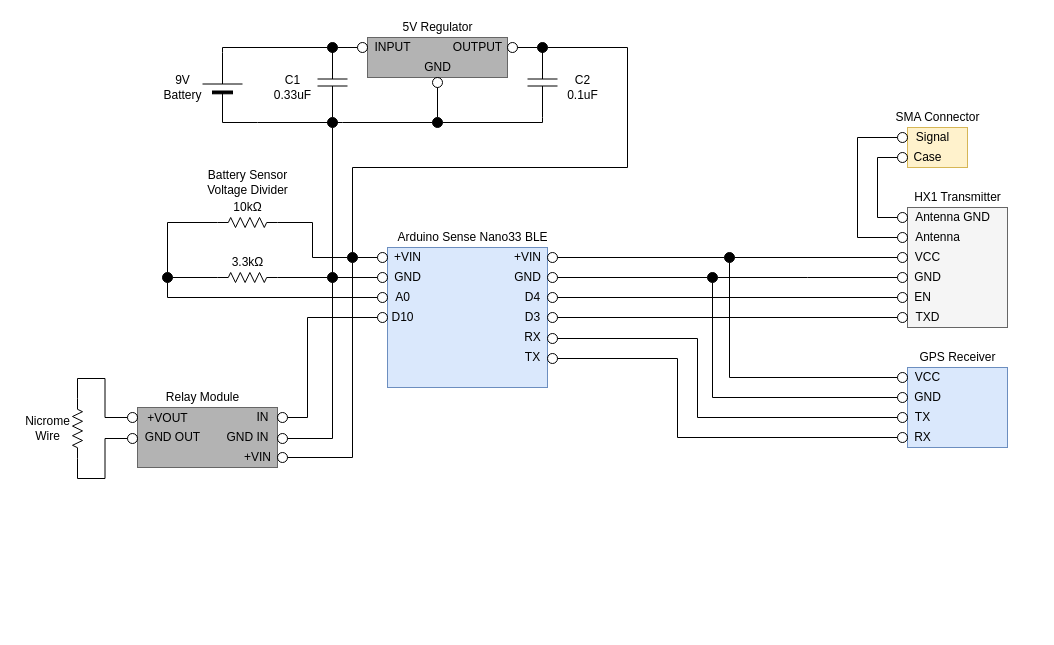
Earlier version of the draw.io diagram page "Arduino Pinout Diagram" (1 of 2) of diagrams/electrical_block_diagram.drawio (GAVLab/ros-hab-dcs). Source tidied: cells renumbered, new cells numbered last; positions are measured from the earlier drawing's top-left corner, leaving out a move shared by most shapes. Both pictures are drawn from the tidied source at 100%, with x=0, y=0 at pixel (17, 17).
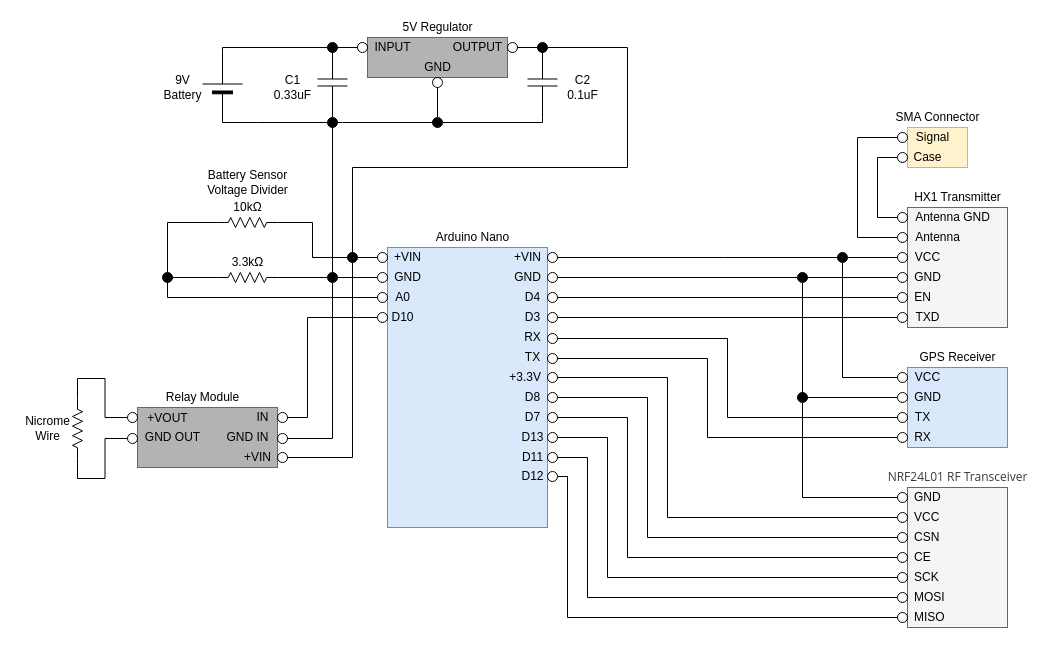
The same diagram, later.

The change refers to these unchanged cells:
```xml
<mxCell id="74" style="ellipse;whiteSpace=wrap;html=1;fillColor=none;" parent="1" vertex="1">
  <mxGeometry x="880" y="355" width="10" height="10" as="geometry" />
</mxCell>
<mxCell id="75" style="ellipse;whiteSpace=wrap;html=1;fillColor=none;" parent="1" vertex="1">
  <mxGeometry x="880" y="375" width="10" height="10" as="geometry" />
</mxCell>
<mxCell id="76" style="ellipse;whiteSpace=wrap;html=1;fillColor=none;" parent="1" vertex="1">
  <mxGeometry x="880" y="395" width="10" height="10" as="geometry" />
</mxCell>
<mxCell id="77" style="ellipse;whiteSpace=wrap;html=1;fillColor=none;" parent="1" vertex="1">
  <mxGeometry x="880" y="415" width="10" height="10" as="geometry" />
</mxCell>
<mxCell id="88" style="ellipse;whiteSpace=wrap;html=1;fillColor=none;" parent="1" vertex="1">
  <mxGeometry x="530" y="316" width="10" height="10" as="geometry" />
</mxCell>
<mxCell id="90" style="ellipse;whiteSpace=wrap;html=1;fillColor=none;" parent="1" vertex="1">
  <mxGeometry x="530" y="336" width="10" height="10" as="geometry" />
</mxCell>
```

Diff of the diagram source:
```diff
@@
     <mxCell id="2" style="whiteSpace=wrap;html=1;fillColor=#dae8fc;strokeColor=#6c8ebf;" parent="1" vertex="1">
-      <mxGeometry x="370" y="230" width="160" height="140" as="geometry" />
+      <mxGeometry x="370" y="230" width="160" height="280" as="geometry" />
     </mxCell>
-    <mxCell id="3" value="Arduino Sense Nano33 BLE" style="text;html=1;align=center;verticalAlign=middle;" parent="1" vertex="1">
-      <mxGeometry x="370" y="210" width="170" height="20" as="geometry" />
+    <mxCell id="3" value="Arduino Nano" style="text;html=1;align=center;verticalAlign=middle;" parent="1" vertex="1">
+      <mxGeometry x="410" y="210" width="90" height="20" as="geometry" />
     </mxCell>
@@
-    <mxCell id="79" style="edgeStyle=orthogonalEdgeStyle;rounded=0;sketch=0;jettySize=auto;html=1;exitX=0.5;exitY=1;exitDx=0;exitDy=0;entryX=0;entryY=0.5;entryDx=0;entryDy=0;endArrow=none;endFill=0;strokeColor=#000000;" parent="1" edge="1" source="80" target="74">
+    <mxCell id="79" style="edgeStyle=orthogonalEdgeStyle;rounded=0;jettySize=auto;html=1;exitX=0.5;exitY=1;exitDx=0;exitDy=0;entryX=0;entryY=0.5;entryDx=0;entryDy=0;endArrow=none;endFill=0;" parent="1" edge="1" source="80" target="74">
       <mxGeometry relative="1" as="geometry" />
     </mxCell>
     <mxCell id="80" style="ellipse;whiteSpace=wrap;html=1;fillColor=#000000;" parent="1" vertex="1">
-      <mxGeometry x="707" y="235" width="10" height="10" as="geometry" />
+      <mxGeometry x="820" y="235" width="10" height="10" as="geometry" />
     </mxCell>
@@
-    <mxCell id="82" style="edgeStyle=orthogonalEdgeStyle;rounded=0;sketch=0;jettySize=auto;html=1;exitX=0.5;exitY=1;exitDx=0;exitDy=0;entryX=0;entryY=0.5;entryDx=0;entryDy=0;endArrow=none;endFill=0;strokeColor=#000000;" parent="1" edge="1" source="83" target="75">
-      <mxGeometry relative="1" as="geometry" />
+    <mxCell id="82" style="edgeStyle=orthogonalEdgeStyle;rounded=0;sketch=0;jettySize=auto;html=1;exitX=0.5;exitY=1;exitDx=0;exitDy=0;entryX=0;entryY=0.5;entryDx=0;entryDy=0;endArrow=none;endFill=0;strokeColor=#000000;" parent="1" edge="1" source="146" target="75">
+      <mxGeometry relative="1" as="geometry">
+        <Array as="points">
+          <mxPoint x="785" y="380" />
+        </Array>
+      </mxGeometry>
     </mxCell>
     <mxCell id="83" style="ellipse;whiteSpace=wrap;html=1;fillColor=#000000;" parent="1" vertex="1">
-      <mxGeometry x="690" y="255" width="10" height="10" as="geometry" />
+      <mxGeometry x="780" y="255" width="10" height="10" as="geometry" />
     </mxCell>
@@
     <mxCell id="87" style="edgeStyle=orthogonalEdgeStyle;rounded=0;sketch=0;jettySize=auto;html=1;exitX=1;exitY=0.5;exitDx=0;exitDy=0;entryX=0;entryY=0.5;entryDx=0;entryDy=0;endArrow=none;endFill=0;strokeColor=#000000;" parent="1" edge="1" source="88" target="76">
       <mxGeometry relative="1" as="geometry">
         <Array as="points">
-          <mxPoint x="680" y="321" />
-          <mxPoint x="680" y="400" />
+          <mxPoint x="710" y="321" />
+          <mxPoint x="710" y="400" />
         </Array>
       </mxGeometry>
     </mxCell>
@@
     <mxCell id="89" style="edgeStyle=orthogonalEdgeStyle;rounded=0;sketch=0;jettySize=auto;html=1;exitX=1;exitY=0.5;exitDx=0;exitDy=0;entryX=0;entryY=0.5;entryDx=0;entryDy=0;endArrow=none;endFill=0;strokeColor=#000000;" parent="1" edge="1" source="90" target="77">
       <mxGeometry relative="1" as="geometry">
         <Array as="points">
-          <mxPoint x="660" y="341" />
-          <mxPoint x="660" y="420" />
+          <mxPoint x="690" y="341" />
+          <mxPoint x="690" y="420" />
         </Array>
       </mxGeometry>
     </mxCell>
@@
+    <mxCell id="130" style="whiteSpace=wrap;html=1;fillColor=#f5f5f5;strokeColor=#666666;fontColor=#333333;" parent="1" vertex="1">
+      <mxGeometry x="890" y="470" width="100" height="140" as="geometry" />
+    </mxCell>
+    <mxCell id="131" value="GND" style="text;html=1;align=left;verticalAlign=middle;" parent="1" vertex="1">
+      <mxGeometry x="895" y="470" width="40" height="20" as="geometry" />
+    </mxCell>
+    <mxCell id="132" value="VCC" style="text;html=1;align=left;verticalAlign=middle;" parent="1" vertex="1">
+      <mxGeometry x="895" y="490" width="40" height="20" as="geometry" />
+    </mxCell>
+    <mxCell id="133" value="CSN" style="text;html=1;align=left;verticalAlign=middle;" parent="1" vertex="1">
+      <mxGeometry x="895" y="510" width="40" height="20" as="geometry" />
+    </mxCell>
+    <mxCell id="134" value="CE" style="text;html=1;align=left;verticalAlign=middle;" parent="1" vertex="1">
+      <mxGeometry x="895" y="530" width="30" height="20" as="geometry" />
+    </mxCell>
+    <mxCell id="135" value="SCK" style="text;html=1;align=left;verticalAlign=middle;" parent="1" vertex="1">
+      <mxGeometry x="895" y="550" width="40" height="20" as="geometry" />
+    </mxCell>
+    <mxCell id="136" value="MOSI" style="text;html=1;align=left;verticalAlign=middle;" parent="1" vertex="1">
+      <mxGeometry x="895" y="570" width="50" height="20" as="geometry" />
+    </mxCell>
+    <mxCell id="137" style="ellipse;whiteSpace=wrap;html=1;fillColor=none;" parent="1" vertex="1">
+      <mxGeometry x="880" y="475" width="10" height="10" as="geometry" />
+    </mxCell>
+    <mxCell id="138" style="edgeStyle=orthogonalEdgeStyle;rounded=0;jettySize=auto;html=1;exitX=0;exitY=0.5;exitDx=0;exitDy=0;entryX=1;entryY=0.5;entryDx=0;entryDy=0;endArrow=none;endFill=0;" parent="1" edge="1" source="139" target="167">
+      <mxGeometry relative="1" as="geometry">
+        <Array as="points">
+          <mxPoint x="650" y="500" />
+          <mxPoint x="650" y="360" />
+        </Array>
+      </mxGeometry>
+    </mxCell>
+    <mxCell id="139" style="ellipse;whiteSpace=wrap;html=1;fillColor=none;" parent="1" vertex="1">
+      <mxGeometry x="880" y="495" width="10" height="10" as="geometry" />
+    </mxCell>
+    <mxCell id="140" style="ellipse;whiteSpace=wrap;html=1;fillColor=none;" parent="1" vertex="1">
+      <mxGeometry x="880" y="515" width="10" height="10" as="geometry" />
+    </mxCell>
+    <mxCell id="141" style="ellipse;whiteSpace=wrap;html=1;fillColor=none;" parent="1" vertex="1">
+      <mxGeometry x="880" y="535" width="10" height="10" as="geometry" />
+    </mxCell>
+    <mxCell id="142" style="ellipse;whiteSpace=wrap;html=1;fillColor=none;" parent="1" vertex="1">
+      <mxGeometry x="880" y="555" width="10" height="10" as="geometry" />
+    </mxCell>
+    <mxCell id="143" style="ellipse;whiteSpace=wrap;html=1;fillColor=none;" parent="1" vertex="1">
+      <mxGeometry x="880" y="575" width="10" height="10" as="geometry" />
+    </mxCell>
+    <mxCell id="144" value="&lt;p&gt;&lt;br&gt;&lt;/p&gt;" style="text;html=1;align=center;verticalAlign=middle;" parent="1" vertex="1">
+      <mxGeometry x="650" y="520" width="20" height="40" as="geometry" />
+    </mxCell>
+    <mxCell id="145" style="edgeStyle=orthogonalEdgeStyle;rounded=0;jettySize=auto;html=1;exitX=0.5;exitY=1;exitDx=0;exitDy=0;entryX=0;entryY=0.5;entryDx=0;entryDy=0;endArrow=none;endFill=0;" parent="1" edge="1" source="146" target="137">
+      <mxGeometry relative="1" as="geometry" />
+    </mxCell>
+    <mxCell id="146" style="ellipse;whiteSpace=wrap;html=1;fillColor=#000000;" parent="1" vertex="1">
+      <mxGeometry x="780" y="375" width="10" height="10" as="geometry" />
+    </mxCell>
+    <mxCell id="147" style="edgeStyle=orthogonalEdgeStyle;rounded=0;sketch=0;jettySize=auto;html=1;exitX=0.5;exitY=1;exitDx=0;exitDy=0;entryX=0;entryY=0.5;entryDx=0;entryDy=0;endArrow=none;endFill=0;strokeColor=#000000;" parent="1" edge="1" source="83" target="146">
+      <mxGeometry relative="1" as="geometry">
+        <Array as="points">
+          <mxPoint x="785" y="380" />
+        </Array>
+      </mxGeometry>
+    </mxCell>
+    <mxCell id="148" value="&lt;span style=&quot;color: rgb(58 , 58 , 58) ; font-family: &amp;#34;open sans&amp;#34; , sans-serif ; background-color: rgb(255 , 255 , 255)&quot;&gt;NRF24L01 RF Transceiver&lt;/span&gt;" style="text;html=1;align=center;verticalAlign=middle;" parent="1" vertex="1">
+      <mxGeometry x="860" y="450" width="160" height="20" as="geometry" />
+    </mxCell>
+    <mxCell id="149" value="MISO" style="text;html=1;align=left;verticalAlign=middle;" parent="1" vertex="1">
+      <mxGeometry x="895" y="590" width="50" height="20" as="geometry" />
+    </mxCell>
+    <mxCell id="150" style="ellipse;whiteSpace=wrap;html=1;fillColor=none;" parent="1" vertex="1">
+      <mxGeometry x="880" y="595" width="10" height="10" as="geometry" />
+    </mxCell>
+    <mxCell id="151" style="edgeStyle=orthogonalEdgeStyle;rounded=0;jettySize=auto;html=1;entryX=0;entryY=0.5;entryDx=0;entryDy=0;endArrow=none;endFill=0;exitX=1;exitY=0.5;exitDx=0;exitDy=0;" parent="1" edge="1" source="155" target="141">
+      <mxGeometry relative="1" as="geometry">
+        <Array as="points">
+          <mxPoint x="610" y="400" />
+          <mxPoint x="610" y="540" />
+        </Array>
+      </mxGeometry>
+    </mxCell>
+    <mxCell id="152" value="D7" style="text;html=1;align=center;verticalAlign=middle;" parent="1" vertex="1">
+      <mxGeometry x="500" y="390" width="30" height="20" as="geometry" />
+    </mxCell>
+    <mxCell id="153" style="edgeStyle=orthogonalEdgeStyle;rounded=0;jettySize=auto;html=1;entryX=0;entryY=0.5;entryDx=0;entryDy=0;endArrow=none;endFill=0;exitX=1;exitY=0.5;exitDx=0;exitDy=0;" parent="1" edge="1" source="154" target="140">
+      <mxGeometry relative="1" as="geometry">
+        <Array as="points">
+          <mxPoint x="630" y="380" />
+          <mxPoint x="630" y="520" />
+        </Array>
+      </mxGeometry>
+    </mxCell>
+    <mxCell id="154" style="ellipse;whiteSpace=wrap;html=1;fillColor=none;" parent="1" vertex="1">
+      <mxGeometry x="530" y="375" width="10" height="10" as="geometry" />
+    </mxCell>
+    <mxCell id="155" style="ellipse;whiteSpace=wrap;html=1;fillColor=none;" parent="1" vertex="1">
+      <mxGeometry x="530" y="395" width="10" height="10" as="geometry" />
+    </mxCell>
+    <mxCell id="156" value="D13" style="text;html=1;align=center;verticalAlign=middle;" parent="1" vertex="1">
+      <mxGeometry x="495" y="410" width="40" height="20" as="geometry" />
+    </mxCell>
+    <mxCell id="157" value="D11" style="text;html=1;align=center;verticalAlign=middle;" parent="1" vertex="1">
+      <mxGeometry x="495" y="430" width="40" height="20" as="geometry" />
+    </mxCell>
+    <mxCell id="158" style="edgeStyle=orthogonalEdgeStyle;rounded=0;jettySize=auto;html=1;entryX=0;entryY=0.5;entryDx=0;entryDy=0;endArrow=none;endFill=0;exitX=1;exitY=0.5;exitDx=0;exitDy=0;" parent="1" edge="1" source="159" target="142">
+      <mxGeometry relative="1" as="geometry">
+        <Array as="points">
+          <mxPoint x="590" y="420" />
+          <mxPoint x="590" y="560" />
+        </Array>
+      </mxGeometry>
+    </mxCell>
+    <mxCell id="159" style="ellipse;whiteSpace=wrap;html=1;fillColor=none;" parent="1" vertex="1">
+      <mxGeometry x="530" y="415" width="10" height="10" as="geometry" />
+    </mxCell>
+    <mxCell id="160" style="edgeStyle=orthogonalEdgeStyle;rounded=0;jettySize=auto;html=1;entryX=0;entryY=0.5;entryDx=0;entryDy=0;endArrow=none;endFill=0;exitX=1;exitY=0.5;exitDx=0;exitDy=0;" parent="1" edge="1" source="161" target="143">
+      <mxGeometry relative="1" as="geometry">
+        <Array as="points">
+          <mxPoint x="570" y="440" />
+          <mxPoint x="570" y="580" />
+        </Array>
+      </mxGeometry>
+    </mxCell>
+    <mxCell id="161" style="ellipse;whiteSpace=wrap;html=1;fillColor=none;" parent="1" vertex="1">
+      <mxGeometry x="530" y="435" width="10" height="10" as="geometry" />
+    </mxCell>
+    <mxCell id="162" value="D12" style="text;html=1;align=center;verticalAlign=middle;" parent="1" vertex="1">
+      <mxGeometry x="495" y="449" width="40" height="20" as="geometry" />
+    </mxCell>
+    <mxCell id="163" style="edgeStyle=orthogonalEdgeStyle;rounded=0;jettySize=auto;html=1;exitX=1;exitY=0.5;exitDx=0;exitDy=0;entryX=0;entryY=0.5;entryDx=0;entryDy=0;endArrow=none;endFill=0;" parent="1" edge="1" source="164" target="150">
+      <mxGeometry relative="1" as="geometry">
+        <Array as="points">
+          <mxPoint x="550" y="459" />
+          <mxPoint x="550" y="600" />
+        </Array>
+      </mxGeometry>
+    </mxCell>
+    <mxCell id="164" style="ellipse;whiteSpace=wrap;html=1;fillColor=none;" parent="1" vertex="1">
+      <mxGeometry x="530" y="454" width="10" height="10" as="geometry" />
+    </mxCell>
+    <mxCell id="165" value="D8" style="text;html=1;align=center;verticalAlign=middle;" parent="1" vertex="1">
+      <mxGeometry x="500" y="370" width="30" height="20" as="geometry" />
+    </mxCell>
+    <mxCell id="166" value="+3.3V" style="text;html=1;align=right;verticalAlign=middle;" parent="1" vertex="1">
+      <mxGeometry x="475" y="350" width="50" height="20" as="geometry" />
+    </mxCell>
+    <mxCell id="167" style="ellipse;whiteSpace=wrap;html=1;fillColor=none;" parent="1" vertex="1">
+      <mxGeometry x="530" y="355" width="10" height="10" as="geometry" />
+    </mxCell>
```
